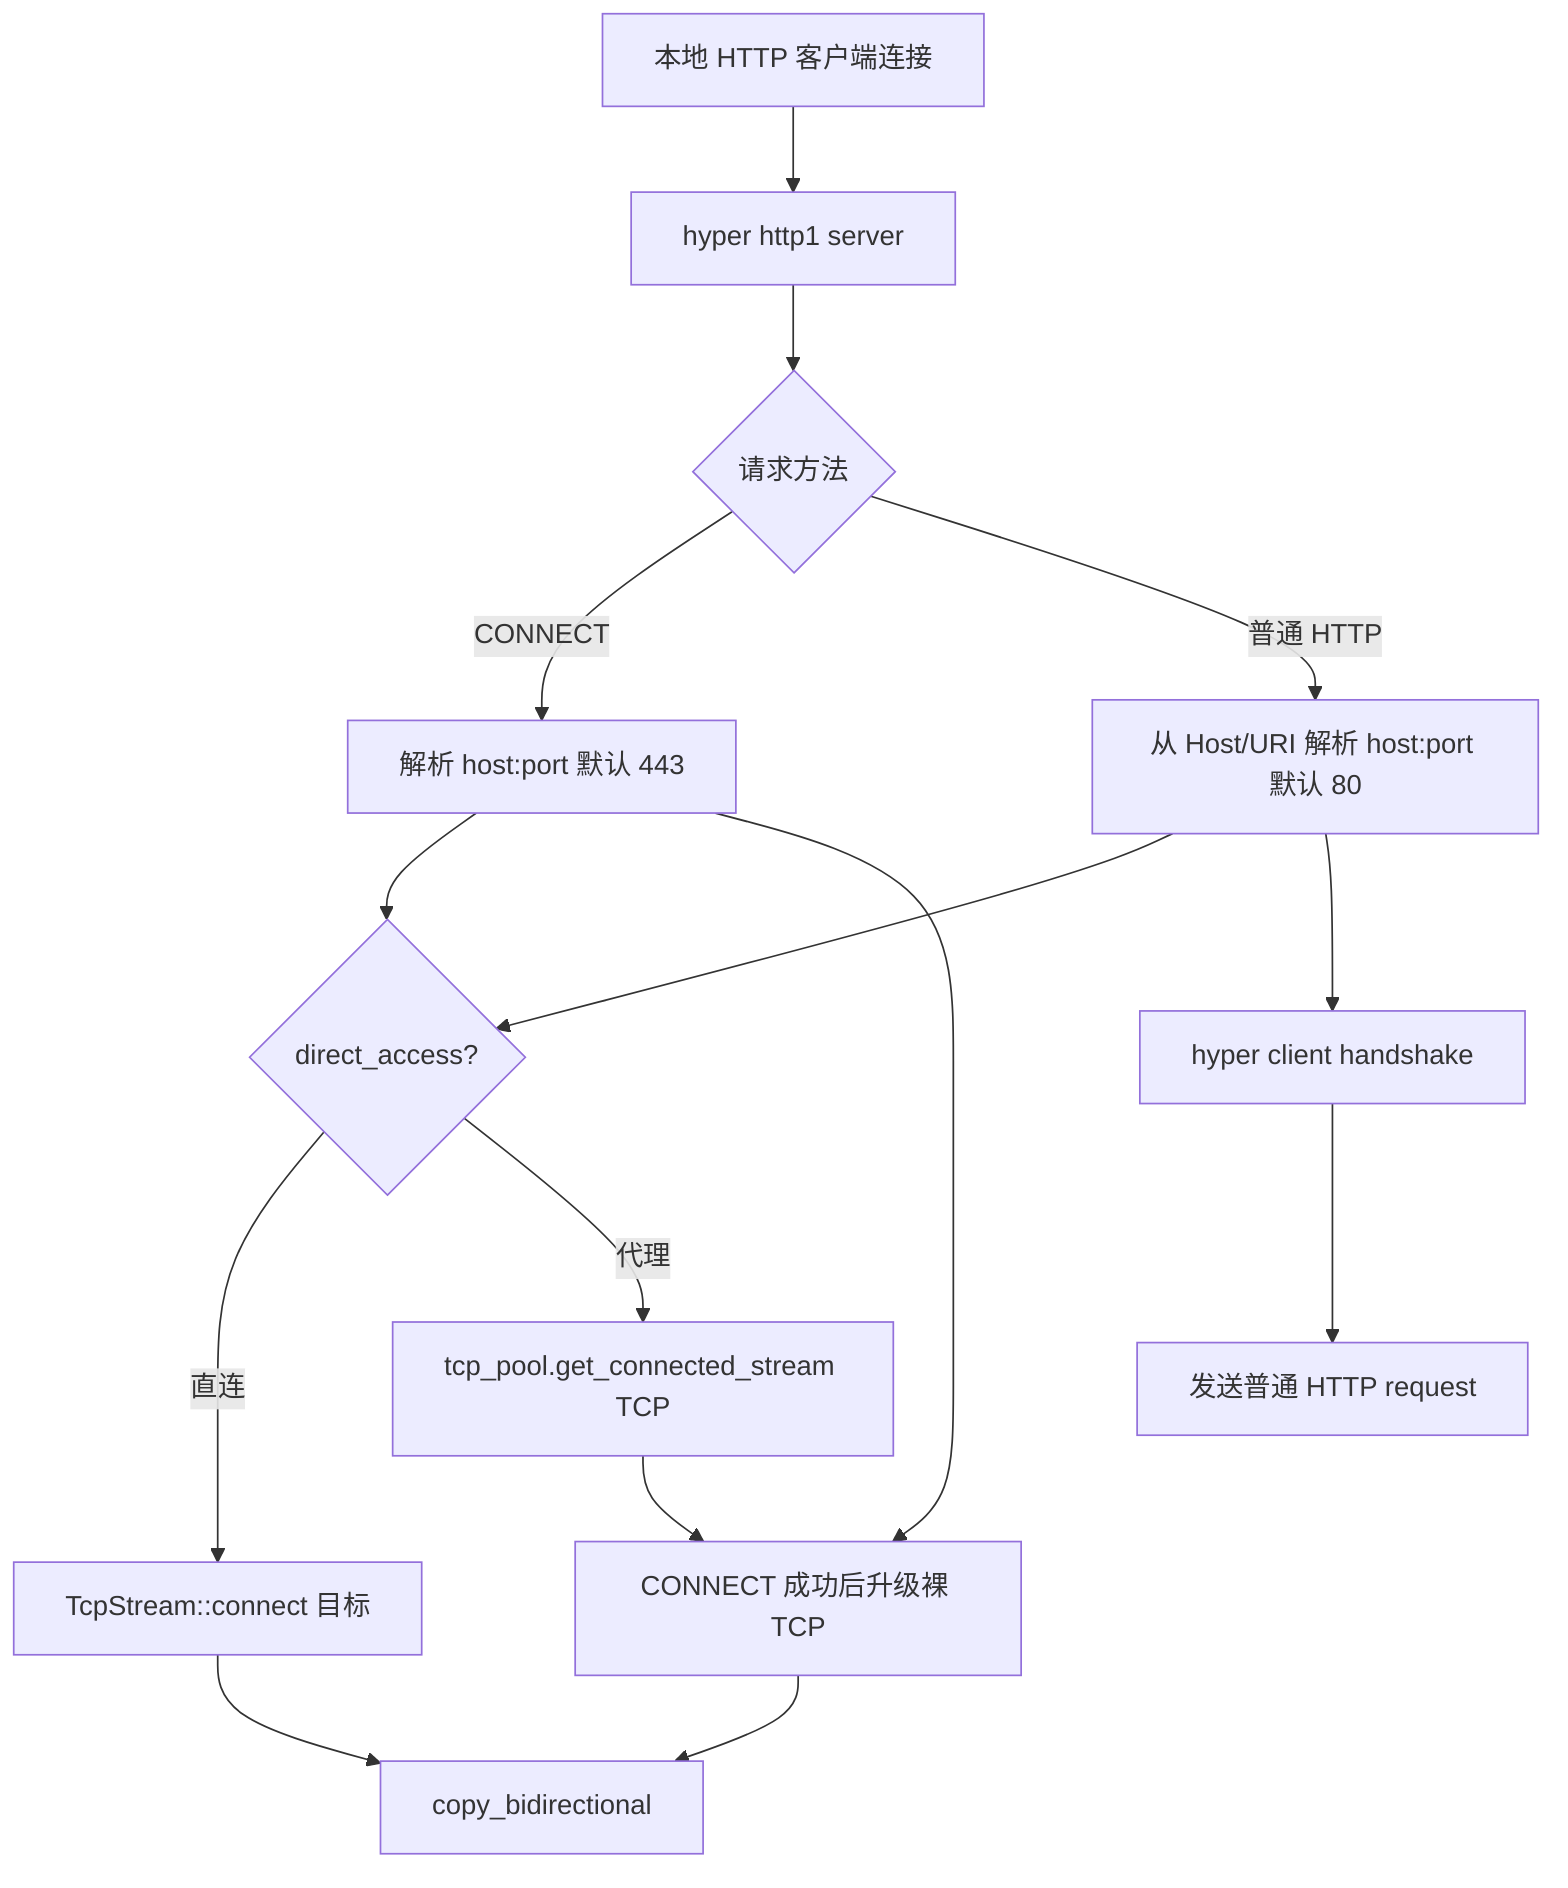
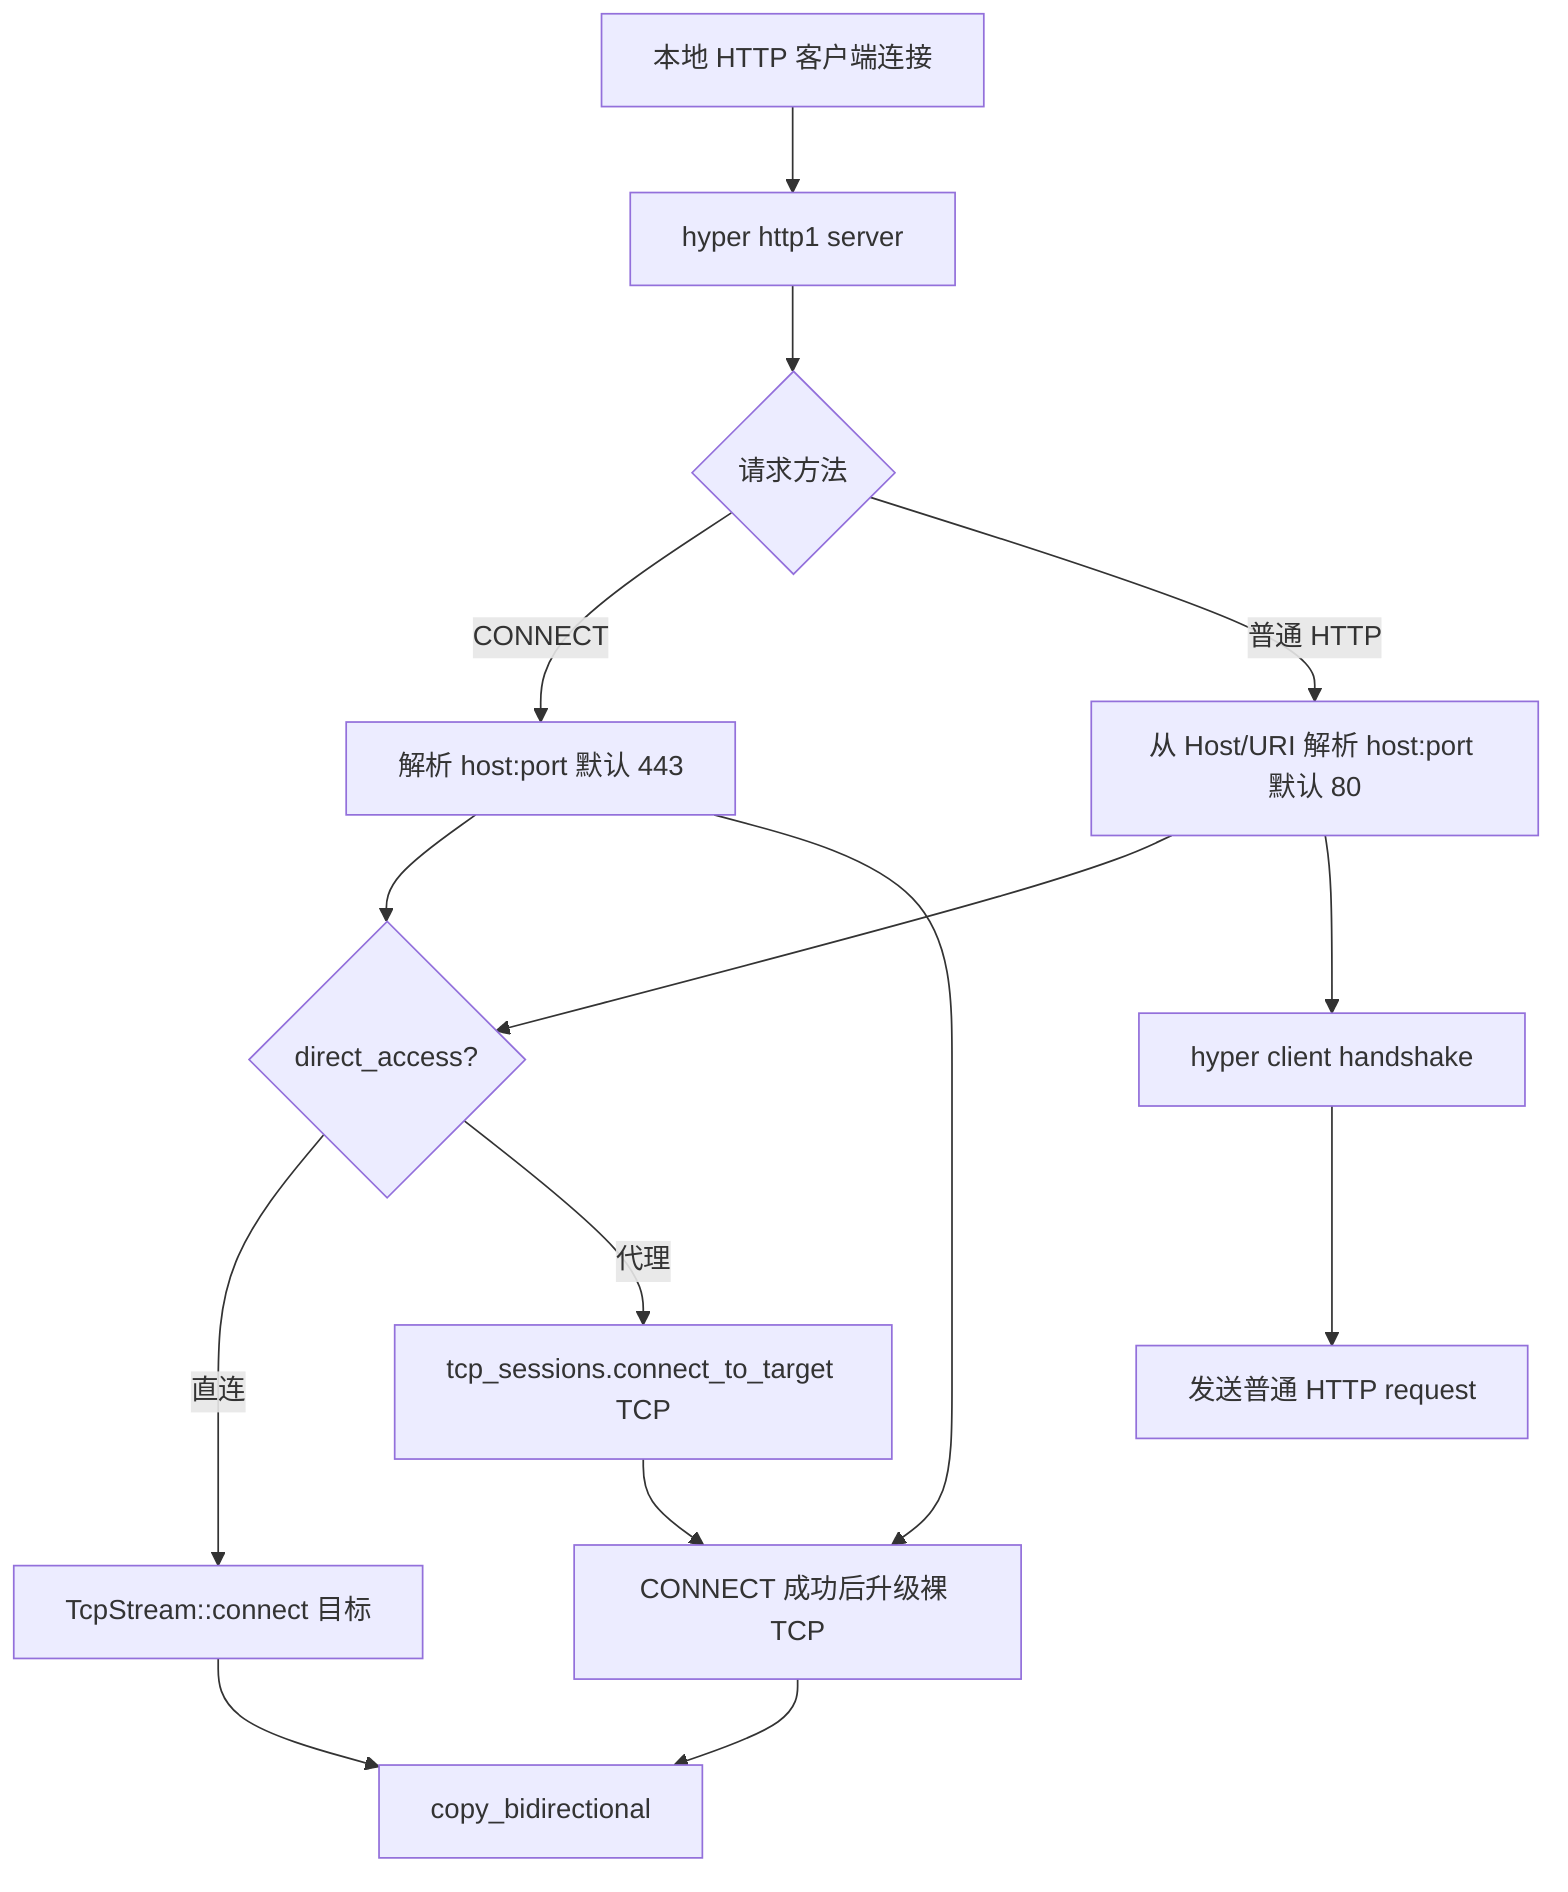
flowchart TD
    A["本地 HTTP 客户端连接"] --> B["hyper http1 server"]
    B --> C{"请求方法"}
    C -->|"CONNECT"| D["解析 host:port 默认 443"]
    C -->|"普通 HTTP"| E["从 Host/URI 解析 host:port 默认 80"]
    D --> F{"direct_access?"}
    E --> F
    F -->|"直连"| G["TcpStream::connect 目标"]
-     F -->|"代理"| H["tcp_pool.get_connected_stream TCP"]
+     F -->|"代理"| H["tcp_sessions.connect_to_target TCP"]
    D --> I["CONNECT 成功后升级裸 TCP"]
    H --> I
    G --> J["copy_bidirectional"]
    I --> J
    E --> K["hyper client handshake"]
    K --> L["发送普通 HTTP request"]
